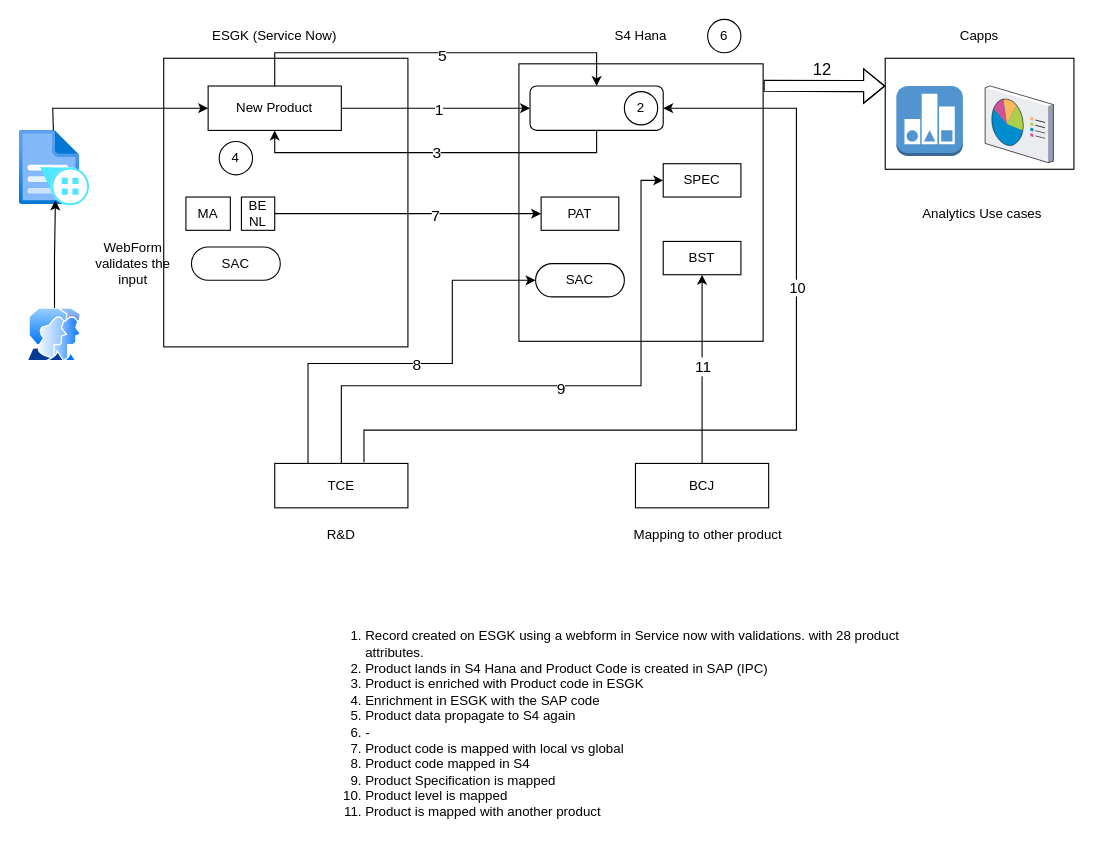
This is page "Current" (1 of 3) of bridgestone.drawio from biswarup81/drawings, a draw.io file, before an edit. Source tidied: cells renumbered, new cells numbered last; positions are measured from the earlier drawing's top-left corner, leaving out a move shared by most shapes. Both pictures are drawn from the tidied source at 111%, with x=0, y=0 at pixel (19, 19).
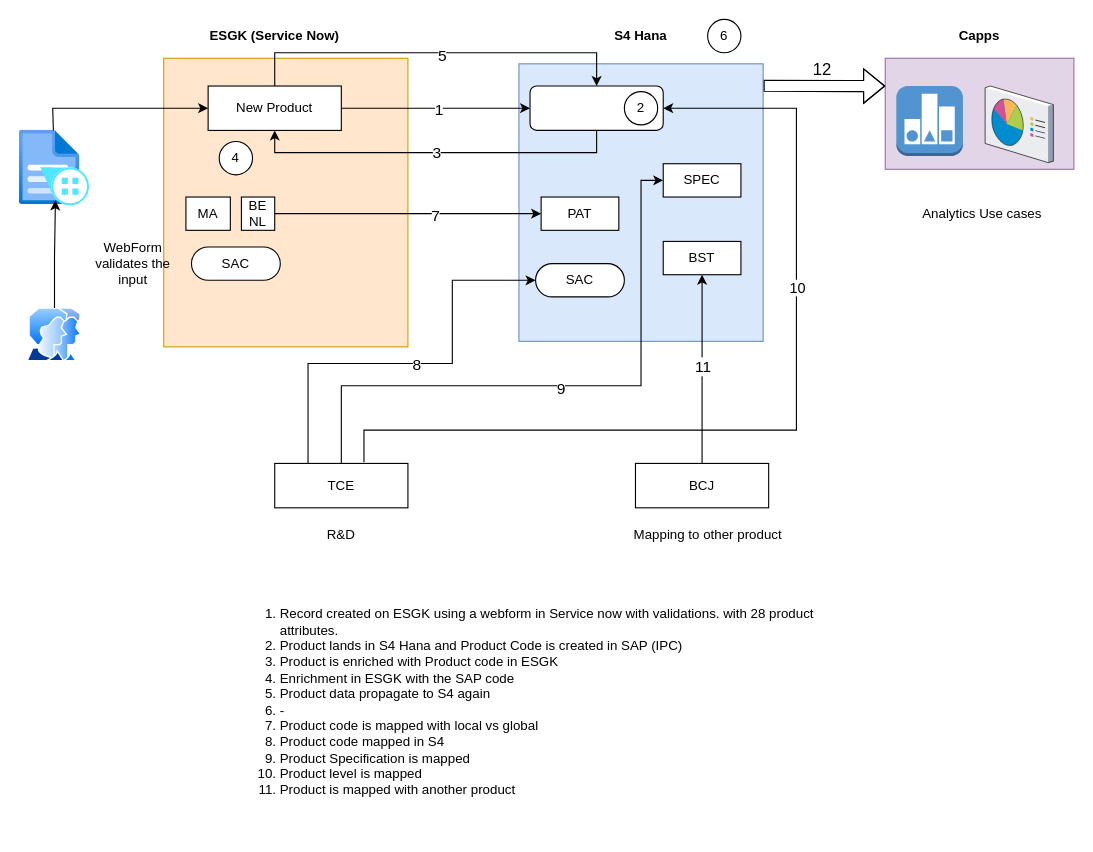
After the change.

What changed in the source:
```diff
@@
-    <mxCell id="2" style="rounded=0;whiteSpace=wrap;html=1;" parent="1" vertex="1">
+    <mxCell id="2" style="rounded=0;whiteSpace=wrap;html=1;fillColor=#ffe6cc;strokeColor=#d79b00;" parent="1" vertex="1">
       <mxGeometry x="130" y="35" width="220" height="260" as="geometry" />
     </mxCell>
-    <mxCell id="3" style="rounded=0;whiteSpace=wrap;html=1;" parent="1" vertex="1">
+    <mxCell id="3" style="rounded=0;whiteSpace=wrap;html=1;fillColor=#dae8fc;strokeColor=#6c8ebf;" parent="1" vertex="1">
       <mxGeometry x="450" y="40" width="220" height="250" as="geometry" />
     </mxCell>
-    <mxCell id="4" style="rounded=0;whiteSpace=wrap;html=1;" parent="1" vertex="1">
+    <mxCell id="4" style="rounded=0;whiteSpace=wrap;html=1;fillColor=#e1d5e7;strokeColor=#9673a6;" parent="1" vertex="1">
       <mxGeometry x="780" y="35" width="170" height="100" as="geometry" />
     </mxCell>
@@
-    <mxCell id="10" value="ESGK (Service Now)" style="text;html=1;align=center;verticalAlign=middle;whiteSpace=wrap;rounded=0;" parent="1" vertex="1">
+    <mxCell id="10" value="&lt;b&gt;ESGK (Service Now)&lt;/b&gt;" style="text;html=1;align=center;verticalAlign=middle;whiteSpace=wrap;rounded=0;" parent="1" vertex="1">
       <mxGeometry x="160" width="140" height="30" as="geometry" />
     </mxCell>
-    <mxCell id="11" value="S4 Hana" style="text;html=1;align=center;verticalAlign=middle;whiteSpace=wrap;rounded=0;" parent="1" vertex="1">
+    <mxCell id="11" value="&lt;b&gt;S4 Hana&lt;/b&gt;" style="text;html=1;align=center;verticalAlign=middle;whiteSpace=wrap;rounded=0;" parent="1" vertex="1">
       <mxGeometry x="530" width="60" height="30" as="geometry" />
     </mxCell>
-    <mxCell id="12" value="Capps" style="text;html=1;align=center;verticalAlign=middle;whiteSpace=wrap;rounded=0;" parent="1" vertex="1">
+    <mxCell id="12" value="&lt;b&gt;Capps&lt;/b&gt;" style="text;html=1;align=center;verticalAlign=middle;whiteSpace=wrap;rounded=0;" parent="1" vertex="1">
       <mxGeometry x="835" width="60" height="30" as="geometry" />
     </mxCell>
@@
     <mxCell id="50" value="&lt;ol&gt;&lt;li&gt;Record created on ESGK using a webform in Service now with validations. with 28 product attributes.&lt;/li&gt;&lt;li&gt;Product lands in S4 Hana and Product Code is created in SAP (IPC)&lt;/li&gt;&lt;li&gt;Product is enriched with Product code in ESGK&lt;/li&gt;&lt;li&gt;Enrichment in ESGK with the SAP code&lt;/li&gt;&lt;li&gt;Product data propagate to S4 again&lt;/li&gt;&lt;li&gt;-&lt;/li&gt;&lt;li&gt;Product code is mapped with local vs global&lt;/li&gt;&lt;li&gt;Product code mapped in S4&lt;/li&gt;&lt;li&gt;Product Specification is mapped&lt;/li&gt;&lt;li&gt;Product level is mapped&lt;/li&gt;&lt;li&gt;Product is mapped with another product&lt;/li&gt;&lt;/ol&gt;" style="text;html=1;align=left;verticalAlign=middle;whiteSpace=wrap;rounded=0;" parent="1" vertex="1">
-      <mxGeometry x="270" y="540" width="550" height="190" as="geometry" />
+      <mxGeometry x="193" y="520" width="550" height="190" as="geometry" />
     </mxCell>
```
